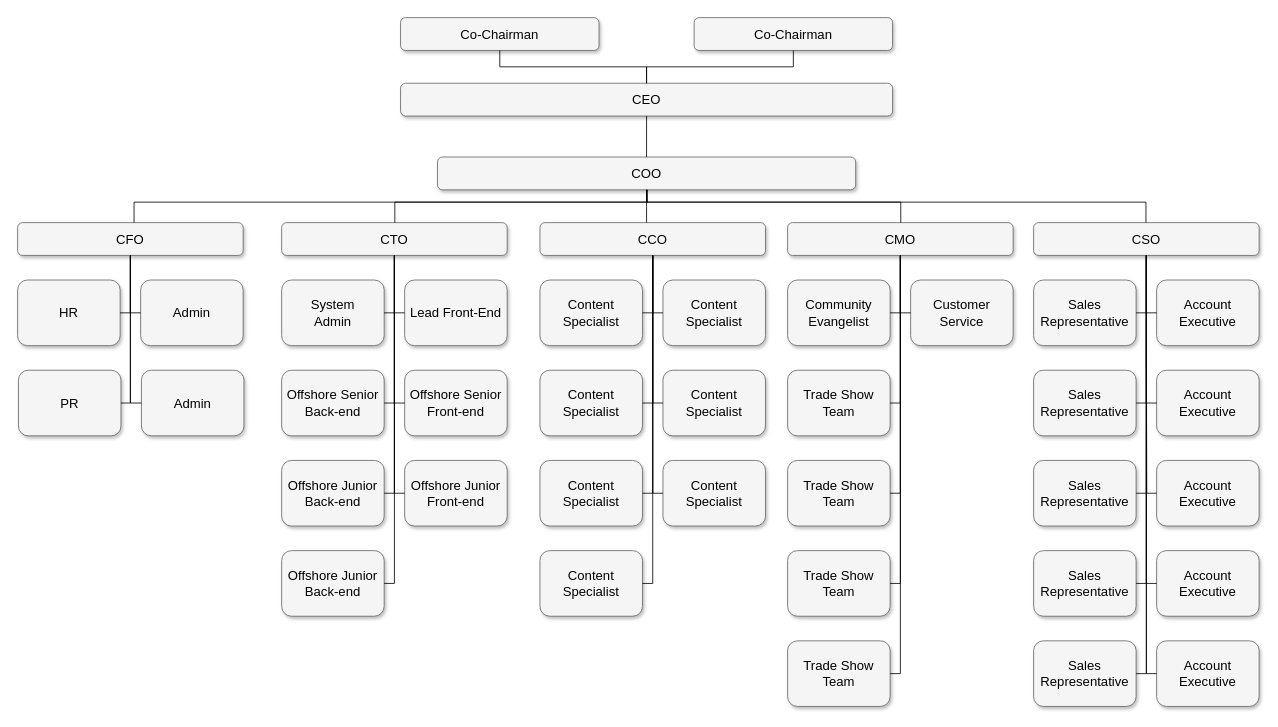
Before: base.drawio in dnjsrl132/WebDevCurriculum, a draw.io diagram. Source tidied: cells renumbered, new cells numbered last; positions are measured from the earlier drawing's top-left corner, leaving out a move shared by most shapes. Both pictures are drawn from the tidied source at 82%, with x=0, y=0 at pixel (17, 17).
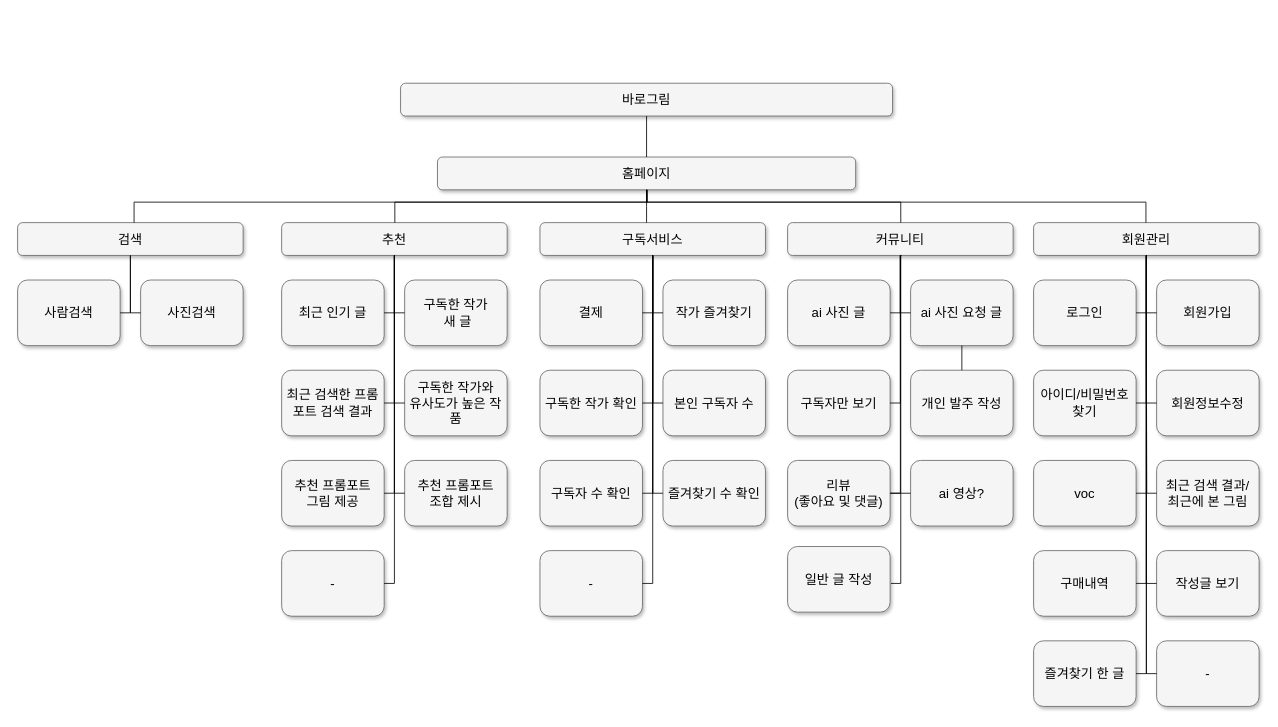
The same page after the edit.

What changed in the source:
```diff
@@
-    <mxCell id="2" value="Co-Chairman" style="whiteSpace=wrap;html=1;rounded=1;shadow=1;strokeWidth=1;fontSize=16;align=center;fillColor=#f5f5f5;strokeColor=#666666;" parent="1" vertex="1">
-      <mxGeometry x="825" width="242" height="40" as="geometry" />
-    </mxCell>
-    <mxCell id="3" value="CEO" style="whiteSpace=wrap;html=1;rounded=1;shadow=1;strokeWidth=1;fontSize=16;align=center;fillColor=#f5f5f5;strokeColor=#666666;" parent="1" vertex="1">
+    <mxCell id="3" value="바로그림" style="whiteSpace=wrap;html=1;rounded=1;shadow=1;strokeWidth=1;fontSize=16;align=center;fillColor=#f5f5f5;strokeColor=#666666;" parent="1" vertex="1">
       <mxGeometry x="467" y="80" width="600" height="40" as="geometry" />
     </mxCell>
-    <mxCell id="4" value="COO" style="whiteSpace=wrap;html=1;rounded=1;shadow=1;strokeWidth=1;fontSize=16;align=center;fillColor=#f5f5f5;strokeColor=#666666;" parent="1" vertex="1">
+    <mxCell id="4" value="홈페이지" style="whiteSpace=wrap;html=1;rounded=1;shadow=1;strokeWidth=1;fontSize=16;align=center;fillColor=#f5f5f5;strokeColor=#666666;" parent="1" vertex="1">
       <mxGeometry x="512" y="170" width="510" height="40" as="geometry" />
     </mxCell>
-    <mxCell id="5" value="CTO" style="whiteSpace=wrap;html=1;rounded=1;shadow=1;strokeWidth=1;fontSize=16;align=center;fillColor=#f5f5f5;strokeColor=#666666;" parent="1" vertex="1">
+    <mxCell id="5" value="추천" style="whiteSpace=wrap;html=1;rounded=1;shadow=1;strokeWidth=1;fontSize=16;align=center;fillColor=#f5f5f5;strokeColor=#666666;" parent="1" vertex="1">
       <mxGeometry x="322" y="250" width="275" height="40" as="geometry" />
     </mxCell>
-    <mxCell id="6" value="CCO" style="whiteSpace=wrap;html=1;rounded=1;shadow=1;strokeWidth=1;fontSize=16;align=center;fillColor=#f5f5f5;strokeColor=#666666;" parent="1" vertex="1">
+    <mxCell id="6" value="구독서비스" style="whiteSpace=wrap;html=1;rounded=1;shadow=1;strokeWidth=1;fontSize=16;align=center;fillColor=#f5f5f5;strokeColor=#666666;" parent="1" vertex="1">
       <mxGeometry x="637" y="250" width="275" height="40" as="geometry" />
     </mxCell>
-    <mxCell id="7" value="CFO" style="whiteSpace=wrap;html=1;rounded=1;shadow=1;strokeWidth=1;fontSize=16;align=center;fillColor=#f5f5f5;strokeColor=#666666;" parent="1" vertex="1">
+    <mxCell id="7" value="검색" style="whiteSpace=wrap;html=1;rounded=1;shadow=1;strokeWidth=1;fontSize=16;align=center;fillColor=#f5f5f5;strokeColor=#666666;" parent="1" vertex="1">
       <mxGeometry y="250" width="275" height="40" as="geometry" />
     </mxCell>
-    <mxCell id="8" value="CMO" style="whiteSpace=wrap;html=1;rounded=1;shadow=1;strokeWidth=1;fontSize=16;align=center;fillColor=#f5f5f5;strokeColor=#666666;" parent="1" vertex="1">
+    <mxCell id="8" value="커뮤니티" style="whiteSpace=wrap;html=1;rounded=1;shadow=1;strokeWidth=1;fontSize=16;align=center;fillColor=#f5f5f5;strokeColor=#666666;" parent="1" vertex="1">
       <mxGeometry x="939" y="250" width="275" height="40" as="geometry" />
     </mxCell>
-    <mxCell id="9" value="CSO" style="whiteSpace=wrap;html=1;rounded=1;shadow=1;strokeWidth=1;fontSize=16;align=center;fillColor=#f5f5f5;strokeColor=#666666;" parent="1" vertex="1">
+    <mxCell id="9" value="회원관리" style="whiteSpace=wrap;html=1;rounded=1;shadow=1;strokeWidth=1;fontSize=16;align=center;fillColor=#f5f5f5;strokeColor=#666666;" parent="1" vertex="1">
       <mxGeometry x="1239" y="250" width="275" height="40" as="geometry" />
     </mxCell>
-    <mxCell id="10" value="System&lt;div&gt;Admin&lt;/div&gt;" style="whiteSpace=wrap;html=1;rounded=1;shadow=1;strokeWidth=1;fontSize=16;align=center;fillColor=#f5f5f5;strokeColor=#666666;" parent="1" vertex="1">
+    <mxCell id="10" value="최근 인기 글" style="whiteSpace=wrap;html=1;rounded=1;shadow=1;strokeWidth=1;fontSize=16;align=center;fillColor=#f5f5f5;strokeColor=#666666;" parent="1" vertex="1">
       <mxGeometry x="322" y="320" width="125" height="80" as="geometry" />
     </mxCell>
-    <mxCell id="11" value="Lead Front-End" style="whiteSpace=wrap;html=1;rounded=1;shadow=1;strokeWidth=1;fontSize=16;align=center;fillColor=#f5f5f5;strokeColor=#666666;" parent="1" vertex="1">
+    <mxCell id="11" value="구독한 작가&lt;br&gt;&amp;nbsp;새 글" style="whiteSpace=wrap;html=1;rounded=1;shadow=1;strokeWidth=1;fontSize=16;align=center;fillColor=#f5f5f5;strokeColor=#666666;" parent="1" vertex="1">
       <mxGeometry x="472" y="320" width="125" height="80" as="geometry" />
     </mxCell>
-    <mxCell id="12" value="Content Specialist" style="whiteSpace=wrap;html=1;rounded=1;shadow=1;strokeWidth=1;fontSize=16;align=center;fillColor=#f5f5f5;strokeColor=#666666;" parent="1" vertex="1">
+    <mxCell id="12" value="결제" style="whiteSpace=wrap;html=1;rounded=1;shadow=1;strokeWidth=1;fontSize=16;align=center;fillColor=#f5f5f5;strokeColor=#666666;" parent="1" vertex="1">
       <mxGeometry x="637" y="320" width="125" height="80" as="geometry" />
     </mxCell>
-    <mxCell id="13" value="&lt;span&gt;Content Specialist&lt;/span&gt;" style="whiteSpace=wrap;html=1;rounded=1;shadow=1;strokeWidth=1;fontSize=16;align=center;fillColor=#f5f5f5;strokeColor=#666666;" parent="1" vertex="1">
+    <mxCell id="13" value="작가 즐겨찾기" style="whiteSpace=wrap;html=1;rounded=1;shadow=1;strokeWidth=1;fontSize=16;align=center;fillColor=#f5f5f5;strokeColor=#666666;" parent="1" vertex="1">
       <mxGeometry x="787" y="320" width="125" height="80" as="geometry" />
     </mxCell>
-    <mxCell id="14" value="HR" style="whiteSpace=wrap;html=1;rounded=1;shadow=1;strokeWidth=1;fontSize=16;align=center;fillColor=#f5f5f5;strokeColor=#666666;" parent="1" vertex="1">
+    <mxCell id="14" value="사람검색" style="whiteSpace=wrap;html=1;rounded=1;shadow=1;strokeWidth=1;fontSize=16;align=center;fillColor=#f5f5f5;strokeColor=#666666;" parent="1" vertex="1">
       <mxGeometry y="320" width="125" height="80" as="geometry" />
     </mxCell>
-    <mxCell id="15" value="Admin" style="whiteSpace=wrap;html=1;rounded=1;shadow=1;strokeWidth=1;fontSize=16;align=center;fillColor=#f5f5f5;strokeColor=#666666;" parent="1" vertex="1">
+    <mxCell id="15" value="사진검색" style="whiteSpace=wrap;html=1;rounded=1;shadow=1;strokeWidth=1;fontSize=16;align=center;fillColor=#f5f5f5;strokeColor=#666666;" parent="1" vertex="1">
       <mxGeometry x="150" y="320" width="125" height="80" as="geometry" />
     </mxCell>
-    <mxCell id="16" value="Community Evangelist" style="whiteSpace=wrap;html=1;rounded=1;shadow=1;strokeWidth=1;fontSize=16;align=center;fillColor=#f5f5f5;strokeColor=#666666;" parent="1" vertex="1">
+    <mxCell id="16" value="ai 사진 글" style="whiteSpace=wrap;html=1;rounded=1;shadow=1;strokeWidth=1;fontSize=16;align=center;fillColor=#f5f5f5;strokeColor=#666666;" parent="1" vertex="1">
       <mxGeometry x="939" y="320" width="125" height="80" as="geometry" />
     </mxCell>
-    <mxCell id="17" value="Customer Service" style="whiteSpace=wrap;html=1;rounded=1;shadow=1;strokeWidth=1;fontSize=16;align=center;fillColor=#f5f5f5;strokeColor=#666666;" parent="1" vertex="1">
+    <mxCell id="17" value="ai 사진 요청 글" style="whiteSpace=wrap;html=1;rounded=1;shadow=1;strokeWidth=1;fontSize=16;align=center;fillColor=#f5f5f5;strokeColor=#666666;" parent="1" vertex="1">
       <mxGeometry x="1089" y="320" width="125" height="80" as="geometry" />
     </mxCell>
-    <mxCell id="18" value="Sales Representative" style="whiteSpace=wrap;html=1;rounded=1;shadow=1;strokeWidth=1;fontSize=16;align=center;fillColor=#f5f5f5;strokeColor=#666666;" parent="1" vertex="1">
+    <mxCell id="18" value="로그인" style="whiteSpace=wrap;html=1;rounded=1;shadow=1;strokeWidth=1;fontSize=16;align=center;fillColor=#f5f5f5;strokeColor=#666666;" parent="1" vertex="1">
       <mxGeometry x="1239" y="320" width="125" height="80" as="geometry" />
     </mxCell>
-    <mxCell id="19" value="Account Executive" style="whiteSpace=wrap;html=1;rounded=1;shadow=1;strokeWidth=1;fontSize=16;align=center;fillColor=#f5f5f5;strokeColor=#666666;" parent="1" vertex="1">
+    <mxCell id="19" value="회원가입" style="whiteSpace=wrap;html=1;rounded=1;shadow=1;strokeWidth=1;fontSize=16;align=center;fillColor=#f5f5f5;strokeColor=#666666;" parent="1" vertex="1">
       <mxGeometry x="1389" y="320" width="125" height="80" as="geometry" />
     </mxCell>
-    <mxCell id="20" value="Offshore Senior Back-end" style="whiteSpace=wrap;html=1;rounded=1;shadow=1;strokeWidth=1;fontSize=16;align=center;fillColor=#f5f5f5;strokeColor=#666666;" parent="1" vertex="1">
+    <mxCell id="20" value="최근 검색한 프롬포트 검색 결과" style="whiteSpace=wrap;html=1;rounded=1;shadow=1;strokeWidth=1;fontSize=16;align=center;fillColor=#f5f5f5;strokeColor=#666666;" parent="1" vertex="1">
       <mxGeometry x="322" y="430" width="125" height="80" as="geometry" />
     </mxCell>
-    <mxCell id="21" value="Offshore Senior Front-end" style="whiteSpace=wrap;html=1;rounded=1;shadow=1;strokeWidth=1;fontSize=16;align=center;fillColor=#f5f5f5;strokeColor=#666666;" parent="1" vertex="1">
+    <mxCell id="21" value="구독한 작가와 &lt;br&gt;유사도가 높은 작품" style="whiteSpace=wrap;html=1;rounded=1;shadow=1;strokeWidth=1;fontSize=16;align=center;fillColor=#f5f5f5;strokeColor=#666666;" parent="1" vertex="1">
       <mxGeometry x="472" y="430" width="125" height="80" as="geometry" />
     </mxCell>
-    <mxCell id="22" value="Content Specialist" style="whiteSpace=wrap;html=1;rounded=1;shadow=1;strokeWidth=1;fontSize=16;align=center;fillColor=#f5f5f5;strokeColor=#666666;" parent="1" vertex="1">
+    <mxCell id="22" value="구독한 작가 확인" style="whiteSpace=wrap;html=1;rounded=1;shadow=1;strokeWidth=1;fontSize=16;align=center;fillColor=#f5f5f5;strokeColor=#666666;" parent="1" vertex="1">
       <mxGeometry x="637" y="430" width="125" height="80" as="geometry" />
     </mxCell>
-    <mxCell id="23" value="&lt;span&gt;Content Specialist&lt;/span&gt;" style="whiteSpace=wrap;html=1;rounded=1;shadow=1;strokeWidth=1;fontSize=16;align=center;fillColor=#f5f5f5;strokeColor=#666666;" parent="1" vertex="1">
+    <mxCell id="23" value="&lt;span&gt;본인 구독자 수&lt;/span&gt;" style="whiteSpace=wrap;html=1;rounded=1;shadow=1;strokeWidth=1;fontSize=16;align=center;fillColor=#f5f5f5;strokeColor=#666666;" parent="1" vertex="1">
       <mxGeometry x="787" y="430" width="125" height="80" as="geometry" />
     </mxCell>
-    <mxCell id="24" value="Trade Show Team" style="whiteSpace=wrap;html=1;rounded=1;shadow=1;strokeWidth=1;fontSize=16;align=center;fillColor=#f5f5f5;strokeColor=#666666;" parent="1" vertex="1">
+    <mxCell id="24" value="구독자만 보기" style="whiteSpace=wrap;html=1;rounded=1;shadow=1;strokeWidth=1;fontSize=16;align=center;fillColor=#f5f5f5;strokeColor=#666666;" parent="1" vertex="1">
       <mxGeometry x="939" y="430" width="125" height="80" as="geometry" />
     </mxCell>
-    <mxCell id="25" value="&lt;span&gt;Sales Representative&lt;/span&gt;" style="whiteSpace=wrap;html=1;rounded=1;shadow=1;strokeWidth=1;fontSize=16;align=center;fillColor=#f5f5f5;strokeColor=#666666;" parent="1" vertex="1">
+    <mxCell id="25" value="&lt;span&gt;아이디/비밀번호&lt;br&gt;찾기&lt;/span&gt;" style="whiteSpace=wrap;html=1;rounded=1;shadow=1;strokeWidth=1;fontSize=16;align=center;fillColor=#f5f5f5;strokeColor=#666666;" parent="1" vertex="1">
       <mxGeometry x="1239" y="430" width="125" height="80" as="geometry" />
     </mxCell>
-    <mxCell id="26" value="&lt;span&gt;Account Executive&lt;/span&gt;" style="whiteSpace=wrap;html=1;rounded=1;shadow=1;strokeWidth=1;fontSize=16;align=center;fillColor=#f5f5f5;strokeColor=#666666;" parent="1" vertex="1">
+    <mxCell id="26" value="&lt;span&gt;회원정보수정&lt;/span&gt;" style="whiteSpace=wrap;html=1;rounded=1;shadow=1;strokeWidth=1;fontSize=16;align=center;fillColor=#f5f5f5;strokeColor=#666666;" parent="1" vertex="1">
       <mxGeometry x="1389" y="430" width="125" height="80" as="geometry" />
     </mxCell>
-    <mxCell id="27" value="Offshore Junior Back-end" style="whiteSpace=wrap;html=1;rounded=1;shadow=1;strokeWidth=1;fontSize=16;align=center;fillColor=#f5f5f5;strokeColor=#666666;" parent="1" vertex="1">
+    <mxCell id="27" value="추천 프롬포트 &lt;br&gt;그림 제공" style="whiteSpace=wrap;html=1;rounded=1;shadow=1;strokeWidth=1;fontSize=16;align=center;fillColor=#f5f5f5;strokeColor=#666666;" parent="1" vertex="1">
       <mxGeometry x="322" y="540" width="125" height="80" as="geometry" />
     </mxCell>
-    <mxCell id="28" value="Content Specialist" style="whiteSpace=wrap;html=1;rounded=1;shadow=1;strokeWidth=1;fontSize=16;align=center;fillColor=#f5f5f5;strokeColor=#666666;" parent="1" vertex="1">
+    <mxCell id="28" value="구독자 수 확인" style="whiteSpace=wrap;html=1;rounded=1;shadow=1;strokeWidth=1;fontSize=16;align=center;fillColor=#f5f5f5;strokeColor=#666666;" parent="1" vertex="1">
       <mxGeometry x="637" y="540" width="125" height="80" as="geometry" />
     </mxCell>
-    <mxCell id="29" value="&lt;span&gt;Trade Show Team&lt;/span&gt;" style="whiteSpace=wrap;html=1;rounded=1;shadow=1;strokeWidth=1;fontSize=16;align=center;fillColor=#f5f5f5;strokeColor=#666666;" parent="1" vertex="1">
+    <mxCell id="29" value="리뷰&lt;br&gt;(좋아요 및 댓글)" style="whiteSpace=wrap;html=1;rounded=1;shadow=1;strokeWidth=1;fontSize=16;align=center;fillColor=#f5f5f5;strokeColor=#666666;" parent="1" vertex="1">
       <mxGeometry x="939" y="540" width="125" height="80" as="geometry" />
     </mxCell>
-    <mxCell id="30" value="&lt;span&gt;Sales Representative&lt;/span&gt;" style="whiteSpace=wrap;html=1;rounded=1;shadow=1;strokeWidth=1;fontSize=16;align=center;fillColor=#f5f5f5;strokeColor=#666666;" parent="1" vertex="1">
+    <mxCell id="30" value="&lt;span&gt;voc&lt;/span&gt;" style="whiteSpace=wrap;html=1;rounded=1;shadow=1;strokeWidth=1;fontSize=16;align=center;fillColor=#f5f5f5;strokeColor=#666666;" parent="1" vertex="1">
       <mxGeometry x="1239" y="540" width="125" height="80" as="geometry" />
     </mxCell>
-    <mxCell id="31" value="&lt;span&gt;Account Executive&lt;/span&gt;" style="whiteSpace=wrap;html=1;rounded=1;shadow=1;strokeWidth=1;fontSize=16;align=center;fillColor=#f5f5f5;strokeColor=#666666;" parent="1" vertex="1">
+    <mxCell id="31" value="&lt;span&gt;최근 검색 결과/&lt;br&gt;최근에 본 그림&lt;br&gt;&lt;/span&gt;" style="whiteSpace=wrap;html=1;rounded=1;shadow=1;strokeWidth=1;fontSize=16;align=center;fillColor=#f5f5f5;strokeColor=#666666;" parent="1" vertex="1">
       <mxGeometry x="1389" y="540" width="125" height="80" as="geometry" />
     </mxCell>
-    <mxCell id="32" value="Offshore Junior Back-end" style="whiteSpace=wrap;html=1;rounded=1;shadow=1;strokeWidth=1;fontSize=16;align=center;fillColor=#f5f5f5;strokeColor=#666666;" parent="1" vertex="1">
+    <mxCell id="32" value="-" style="whiteSpace=wrap;html=1;rounded=1;shadow=1;strokeWidth=1;fontSize=16;align=center;fillColor=#f5f5f5;strokeColor=#666666;" parent="1" vertex="1">
       <mxGeometry x="322" y="650" width="125" height="80" as="geometry" />
     </mxCell>
-    <mxCell id="33" value="&lt;span&gt;Trade Show Team&lt;/span&gt;" style="whiteSpace=wrap;html=1;rounded=1;shadow=1;strokeWidth=1;fontSize=16;align=center;fillColor=#f5f5f5;strokeColor=#666666;" parent="1" vertex="1">
-      <mxGeometry x="939" y="650" width="125" height="80" as="geometry" />
+    <mxCell id="33" value="&lt;span&gt;개인 발주 작성&lt;/span&gt;" style="whiteSpace=wrap;html=1;rounded=1;shadow=1;strokeWidth=1;fontSize=16;align=center;fillColor=#f5f5f5;strokeColor=#666666;" parent="1" vertex="1">
+      <mxGeometry x="1089" y="430" width="125" height="80" as="geometry" />
     </mxCell>
-    <mxCell id="34" value="&lt;span&gt;Sales Representative&lt;/span&gt;" style="whiteSpace=wrap;html=1;rounded=1;shadow=1;strokeWidth=1;fontSize=16;align=center;fillColor=#f5f5f5;strokeColor=#666666;" parent="1" vertex="1">
+    <mxCell id="34" value="&lt;span&gt;구매내역&lt;/span&gt;" style="whiteSpace=wrap;html=1;rounded=1;shadow=1;strokeWidth=1;fontSize=16;align=center;fillColor=#f5f5f5;strokeColor=#666666;" parent="1" vertex="1">
       <mxGeometry x="1239" y="650" width="125" height="80" as="geometry" />
     </mxCell>
-    <mxCell id="35" value="&lt;span&gt;Account Executive&lt;/span&gt;" style="whiteSpace=wrap;html=1;rounded=1;shadow=1;strokeWidth=1;fontSize=16;align=center;fillColor=#f5f5f5;strokeColor=#666666;" parent="1" vertex="1">
+    <mxCell id="35" value="&lt;span&gt;작성글 보기&lt;/span&gt;" style="whiteSpace=wrap;html=1;rounded=1;shadow=1;strokeWidth=1;fontSize=16;align=center;fillColor=#f5f5f5;strokeColor=#666666;" parent="1" vertex="1">
       <mxGeometry x="1389" y="650" width="125" height="80" as="geometry" />
     </mxCell>
-    <mxCell id="36" value="&lt;span&gt;Sales Representative&lt;/span&gt;" style="whiteSpace=wrap;html=1;rounded=1;shadow=1;strokeWidth=1;fontSize=16;align=center;fillColor=#f5f5f5;strokeColor=#666666;" parent="1" vertex="1">
+    <mxCell id="36" value="&lt;span&gt;즐겨찾기 한 글&lt;/span&gt;" style="whiteSpace=wrap;html=1;rounded=1;shadow=1;strokeWidth=1;fontSize=16;align=center;fillColor=#f5f5f5;strokeColor=#666666;" parent="1" vertex="1">
       <mxGeometry x="1239" y="760" width="125" height="80" as="geometry" />
     </mxCell>
-    <mxCell id="37" value="&lt;span&gt;Account Executive&lt;/span&gt;" style="whiteSpace=wrap;html=1;rounded=1;shadow=1;strokeWidth=1;fontSize=16;align=center;fillColor=#f5f5f5;strokeColor=#666666;" parent="1" vertex="1">
+    <mxCell id="37" value="&lt;span&gt;-&lt;/span&gt;" style="whiteSpace=wrap;html=1;rounded=1;shadow=1;strokeWidth=1;fontSize=16;align=center;fillColor=#f5f5f5;strokeColor=#666666;" parent="1" vertex="1">
       <mxGeometry x="1389" y="760" width="125" height="80" as="geometry" />
     </mxCell>
-    <mxCell id="38" value="PR" style="whiteSpace=wrap;html=1;rounded=1;shadow=1;strokeWidth=1;fontSize=16;align=center;fillColor=#f5f5f5;strokeColor=#666666;" parent="1" vertex="1">
-      <mxGeometry x="1" y="430" width="125" height="80" as="geometry" />
-    </mxCell>
-    <mxCell id="39" value="Admin" style="whiteSpace=wrap;html=1;rounded=1;shadow=1;strokeWidth=1;fontSize=16;align=center;fillColor=#f5f5f5;strokeColor=#666666;" parent="1" vertex="1">
-      <mxGeometry x="151" y="430" width="125" height="80" as="geometry" />
-    </mxCell>
-    <mxCell id="40" value="Co-Chairman" style="whiteSpace=wrap;html=1;rounded=1;shadow=1;strokeWidth=1;fontSize=16;align=center;fillColor=#f5f5f5;strokeColor=#666666;" parent="1" vertex="1">
-      <mxGeometry x="467" width="242" height="40" as="geometry" />
-    </mxCell>
-    <mxCell id="41" value="&lt;span&gt;Trade Show Team&lt;/span&gt;" style="whiteSpace=wrap;html=1;rounded=1;shadow=1;strokeWidth=1;fontSize=16;align=center;fillColor=#f5f5f5;strokeColor=#666666;" parent="1" vertex="1">
-      <mxGeometry x="939" y="760" width="125" height="80" as="geometry" />
+    <mxCell id="41" value="ai 영상?" style="whiteSpace=wrap;html=1;rounded=1;shadow=1;strokeWidth=1;fontSize=16;align=center;fillColor=#f5f5f5;strokeColor=#666666;" parent="1" vertex="1">
+      <mxGeometry x="1089" y="540" width="125" height="80" as="geometry" />
     </mxCell>
-    <mxCell id="42" value="&lt;span&gt;Content Specialist&lt;/span&gt;" style="whiteSpace=wrap;html=1;rounded=1;shadow=1;strokeWidth=1;fontSize=16;align=center;fillColor=#f5f5f5;strokeColor=#666666;" parent="1" vertex="1">
+    <mxCell id="42" value="&lt;span&gt;즐겨찾기 수 확인&lt;/span&gt;" style="whiteSpace=wrap;html=1;rounded=1;shadow=1;strokeWidth=1;fontSize=16;align=center;fillColor=#f5f5f5;strokeColor=#666666;" parent="1" vertex="1">
       <mxGeometry x="787" y="540" width="125" height="80" as="geometry" />
     </mxCell>
-    <mxCell id="43" value="&lt;span&gt;Content Specialist&lt;/span&gt;" style="whiteSpace=wrap;html=1;rounded=1;shadow=1;strokeWidth=1;fontSize=16;align=center;fillColor=#f5f5f5;strokeColor=#666666;" parent="1" vertex="1">
+    <mxCell id="43" value="&lt;span&gt;-&lt;/span&gt;" style="whiteSpace=wrap;html=1;rounded=1;shadow=1;strokeWidth=1;fontSize=16;align=center;fillColor=#f5f5f5;strokeColor=#666666;" parent="1" vertex="1">
       <mxGeometry x="637" y="650" width="125" height="80" as="geometry" />
     </mxCell>
-    <mxCell id="44" value="Offshore Junior Front-end" style="whiteSpace=wrap;html=1;rounded=1;shadow=1;strokeWidth=1;fontSize=16;align=center;fillColor=#f5f5f5;strokeColor=#666666;" parent="1" vertex="1">
+    <mxCell id="44" value="추천 프롬포트&lt;br&gt;조합 제시" style="whiteSpace=wrap;html=1;rounded=1;shadow=1;strokeWidth=1;fontSize=16;align=center;fillColor=#f5f5f5;strokeColor=#666666;" parent="1" vertex="1">
       <mxGeometry x="472" y="540" width="125" height="80" as="geometry" />
     </mxCell>
-    <mxCell id="45" style="edgeStyle=orthogonalEdgeStyle;html=1;startSize=6;endFill=0;endSize=6;strokeWidth=1;fontSize=16;rounded=0;endArrow=none;" parent="1" edge="1" source="40" target="3">
-      <mxGeometry relative="1" as="geometry" />
-    </mxCell>
-    <mxCell id="46" style="edgeStyle=orthogonalEdgeStyle;html=1;startSize=6;endFill=0;endSize=6;strokeWidth=1;fontSize=16;rounded=0;endArrow=none;" parent="1" edge="1" source="2" target="3">
-      <mxGeometry relative="1" as="geometry" />
-    </mxCell>
@@
-    <mxCell id="68" style="edgeStyle=orthogonalEdgeStyle;html=1;startSize=6;endFill=0;endSize=6;strokeWidth=1;fontSize=16;rounded=0;endArrow=none;entryX=1;entryY=0.5;" parent="1" edge="1" source="7" target="38">
-      <mxGeometry relative="1" as="geometry">
-        <Array as="points">
-          <mxPoint x="137" y="470" />
-        </Array>
-      </mxGeometry>
-    </mxCell>
@@
-    <mxCell id="70" style="edgeStyle=orthogonalEdgeStyle;html=1;startSize=6;endFill=0;endSize=6;strokeWidth=1;fontSize=16;rounded=0;endArrow=none;entryX=0;entryY=0.5;" parent="1" edge="1" source="7" target="39">
-      <mxGeometry relative="1" as="geometry">
-        <Array as="points">
-          <mxPoint x="137" y="470" />
-        </Array>
-      </mxGeometry>
-    </mxCell>
@@
-    <mxCell id="75" style="edgeStyle=orthogonalEdgeStyle;html=1;startSize=6;endFill=0;endSize=6;strokeWidth=1;fontSize=16;rounded=0;endArrow=none;entryX=1;entryY=0.5;" parent="1" edge="1" source="8" target="33">
-      <mxGeometry relative="1" as="geometry">
-        <Array as="points">
-          <mxPoint x="1077" y="690" />
-        </Array>
-      </mxGeometry>
-    </mxCell>
-    <mxCell id="76" style="edgeStyle=orthogonalEdgeStyle;html=1;startSize=6;endFill=0;endSize=6;strokeWidth=1;fontSize=16;rounded=0;endArrow=none;entryX=1;entryY=0.5;" parent="1" edge="1" source="8" target="41">
-      <mxGeometry relative="1" as="geometry">
-        <Array as="points">
-          <mxPoint x="1077" y="800" />
-        </Array>
-      </mxGeometry>
-    </mxCell>
@@
+    <mxCell id="87" style="endArrow=none;html=1;rounded=0;entryX=0.5;entryY=1;entryDx=0;entryDy=0;" parent="1" edge="1" source="33" target="17">
+      <mxGeometry relative="1" as="geometry" />
+    </mxCell>
+    <mxCell id="88" style="endArrow=none;html=1;rounded=0;entryX=0;entryY=0.5;entryDx=0;entryDy=0;exitX=1;exitY=0.5;exitDx=0;exitDy=0;" parent="1" edge="1" source="29" target="41">
+      <mxGeometry relative="1" as="geometry" />
+    </mxCell>
+    <mxCell id="89" style="edgeStyle=orthogonalEdgeStyle;html=1;startSize=6;endFill=0;endSize=6;strokeWidth=1;fontSize=16;rounded=0;endArrow=none;entryX=1;entryY=0.5;" parent="1" edge="1">
+      <mxGeometry relative="1" as="geometry">
+        <mxPoint x="1078" y="290" as="sourcePoint" />
+        <mxPoint x="1065" y="690" as="targetPoint" />
+        <Array as="points">
+          <mxPoint x="1077" y="690" />
+        </Array>
+      </mxGeometry>
+    </mxCell>
+    <mxCell id="90" value="일반 글 작성" style="whiteSpace=wrap;html=1;rounded=1;shadow=1;strokeWidth=1;fontSize=16;align=center;fillColor=#f5f5f5;strokeColor=#666666;" parent="1" vertex="1">
+      <mxGeometry x="939" y="645" width="125" height="80" as="geometry" />
+    </mxCell>
```
